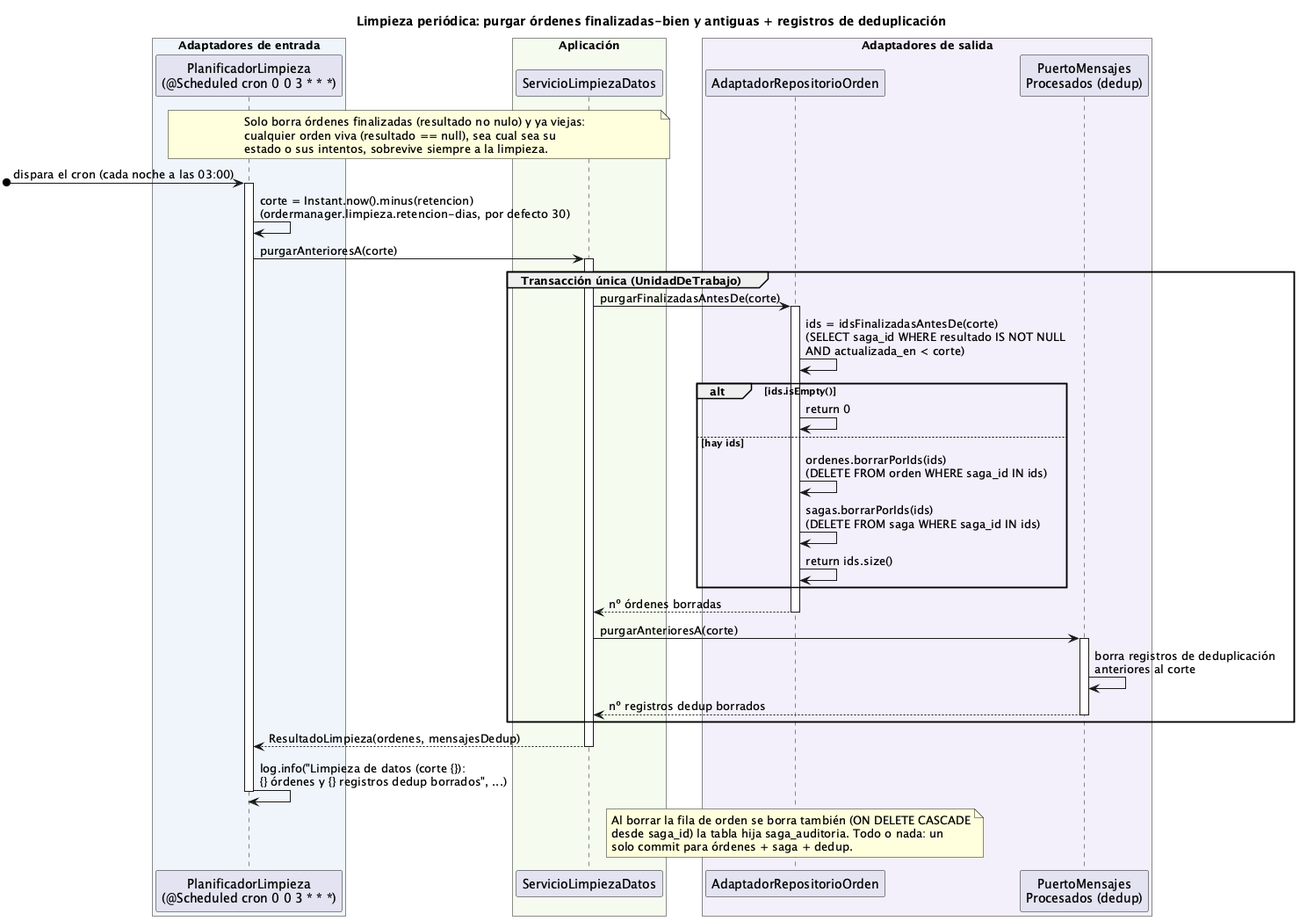
Earlier version of the PlantUML export order-manager/docs/09-limpieza-datos.png (ralcazar/patrones).
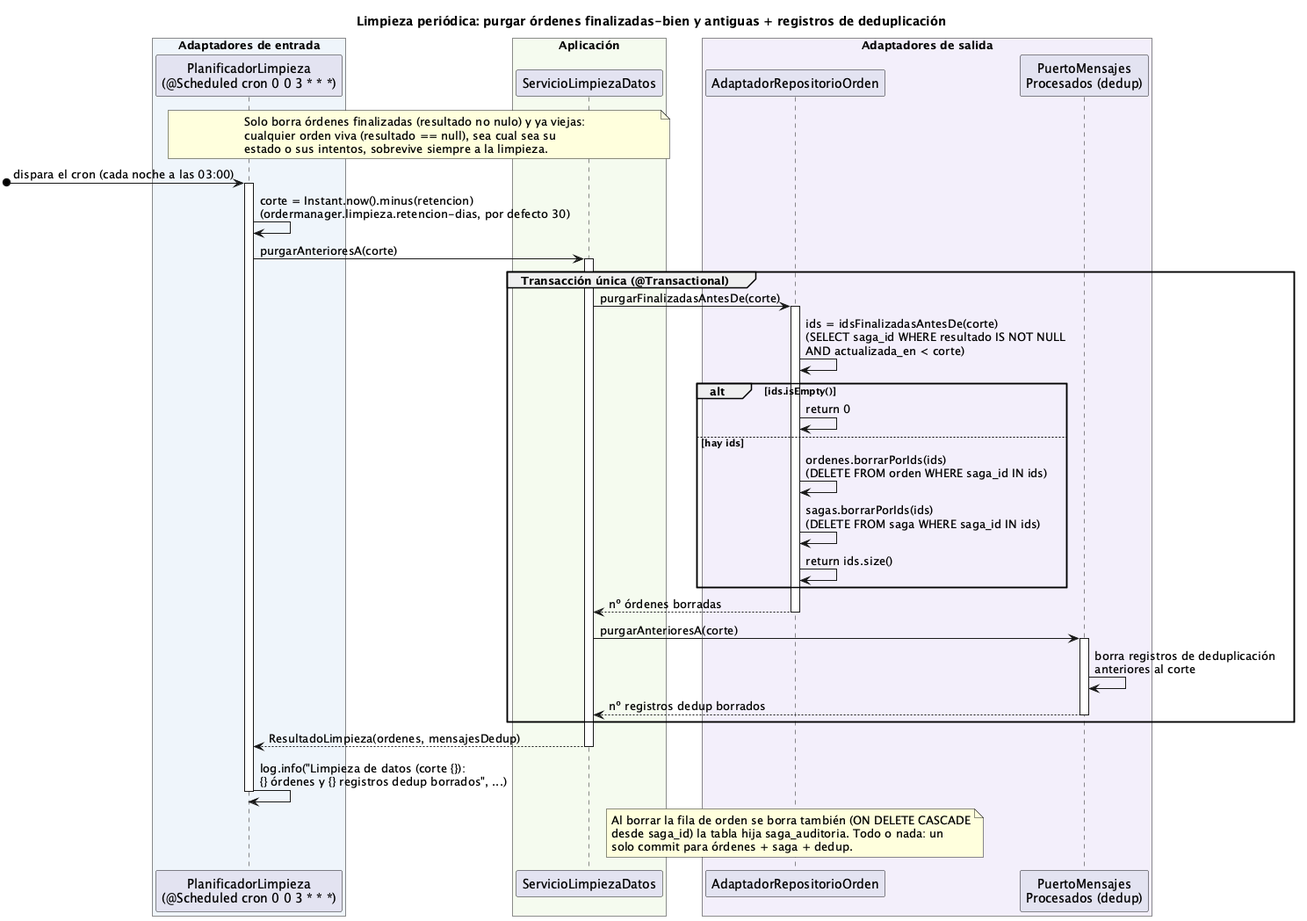
The same diagram one commit later.

The edit, as a diff of the source:
```diff
@@ -1,4 +1,5 @@
 @startuml 09-limpieza-datos
+!pragma layout smetana
 title Limpieza periódica: purgar órdenes finalizadas-bien y antiguas + registros de deduplicación
 
 box "Adaptadores de entrada" #EFF5FB
@@ -23,7 +24,7 @@
 PLAN -> PLAN : corte = Instant.now().minus(retencion)\n(ordermanager.limpieza.retencion-dias, por defecto 30)
 PLAN -> LIMP ++ : purgarAnterioresA(corte)
 
-group Transacción única (UnidadDeTrabajo)
+group Transacción única (@Transactional)
   LIMP -> REPO ++ : purgarFinalizadasAntesDe(corte)
   REPO -> REPO : ids = idsFinalizadasAntesDe(corte)\n(SELECT saga_id WHERE resultado IS NOT NULL\nAND actualizada_en < corte)
   alt ids.isEmpty()
```
